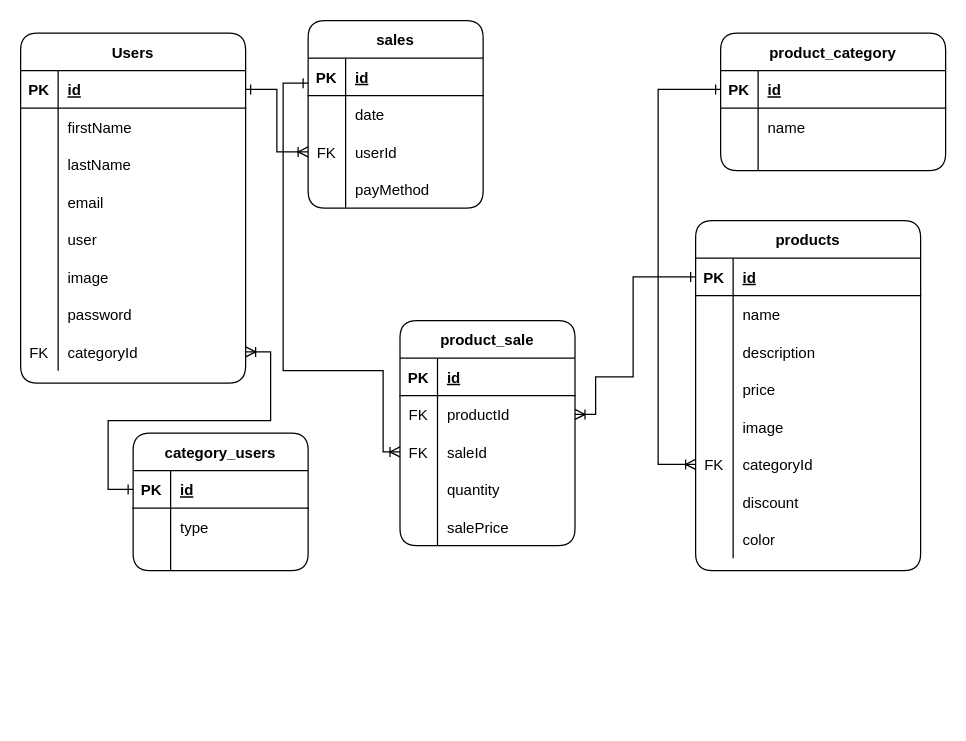
Earlier version of the draw.io diagram diagrama.drawio (0920CDFSNCN27ARED/grupo-03). Source tidied: cells renumbered, new cells numbered last; positions are measured from the earlier drawing's top-left corner, leaving out a move shared by most shapes. Both pictures are drawn from the tidied source at 125%, with x=0, y=0 at pixel (20, 20).
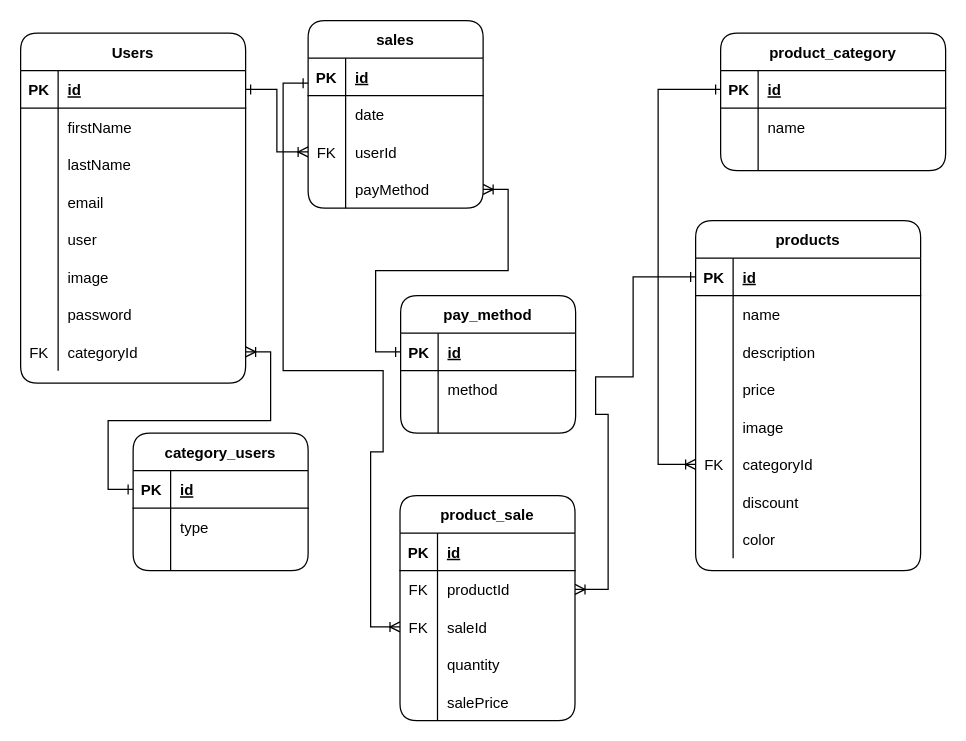
After the change.

Commit message:
sumamos una nueva tabla al diagrama  llamada payMethod

Unchanged cells that the change refers to:
```xml
<mxCell id="38" style="shape=partialRectangle;top=0;left=0;bottom=1;right=0;points=[[0,0.5],[1,0.5]];portConstraint=eastwest;rounded=1;fillColor=none;" parent="37" vertex="1">
  <mxGeometry y="30" width="180" height="30" as="geometry" />
</mxCell>
<mxCell id="72" style="shape=partialRectangle;fillColor=none;top=0;left=0;bottom=0;right=0;points=[[0,0.5],[1,0.5]];portConstraint=eastwest;rounded=1;" parent="62" vertex="1">
  <mxGeometry y="120" width="140" height="30" as="geometry" />
</mxCell>
<mxCell id="79" style="shape=partialRectangle;fillColor=none;top=0;left=0;bottom=0;right=0;points=[[0,0.5],[1,0.5]];portConstraint=eastwest;rounded=1;" parent="75" vertex="1">
  <mxGeometry y="60" width="140" height="30" as="geometry" />
</mxCell>
<mxCell id="82" style="shape=partialRectangle;fillColor=none;top=0;left=0;bottom=0;right=0;points=[[0,0.5],[1,0.5]];portConstraint=eastwest;rounded=1;" parent="75" vertex="1">
  <mxGeometry y="90" width="140" height="30" as="geometry" />
</mxCell>
```

Diff of the diagram source:
```diff
@@
     <mxCell id="75" value="product_sale" style="shape=table;startSize=30;childLayout=tableLayout;rowLines=0;fontStyle=1;align=center;rounded=1;" parent="1" vertex="1">
-      <mxGeometry x="303.5" y="240" width="140" height="180" as="geometry" />
+      <mxGeometry x="303.5" y="380" width="140" height="180" as="geometry" />
     </mxCell>
@@
     <mxCell id="91" style="edgeStyle=orthogonalEdgeStyle;rounded=0;jettySize=auto;html=1;startArrow=ERoneToMany;startFill=0;endArrow=ERone;endFill=0;exitX=1;exitY=0.5;exitDx=0;exitDy=0;entryX=0;entryY=0.5;entryDx=0;entryDy=0;" parent="1" edge="1" source="79" target="38">
       <mxGeometry relative="1" as="geometry">
         <Array as="points">
+          <mxPoint x="470" y="455" />
+          <mxPoint x="470" y="315" />
           <mxPoint x="460" y="315" />
           <mxPoint x="460" y="285" />
           <mxPoint x="490" y="285" />
           <mxPoint x="490" y="205" />
         </Array>
       </mxGeometry>
     </mxCell>
     <mxCell id="92" style="edgeStyle=orthogonalEdgeStyle;rounded=0;jettySize=auto;html=1;startArrow=ERoneToMany;startFill=0;endArrow=ERone;endFill=0;exitX=0;exitY=0.5;exitDx=0;exitDy=0;" parent="1" edge="1" source="82">
       <mxGeometry relative="1" as="geometry">
         <mxPoint x="230" y="50" as="targetPoint" />
         <Array as="points">
+          <mxPoint x="280" y="485" />
+          <mxPoint x="280" y="345" />
           <mxPoint x="290" y="345" />
           <mxPoint x="290" y="280" />
           <mxPoint x="210" y="280" />
           <mxPoint x="210" y="50" />
         </Array>
       </mxGeometry>
     </mxCell>
@@
+    <mxCell id="106" value="pay_method" style="shape=table;startSize=30;childLayout=tableLayout;rowLines=0;fontStyle=1;align=center;rounded=1;" parent="1" vertex="1">
+      <mxGeometry x="304" y="220" width="140" height="110" as="geometry" />
+    </mxCell>
+    <mxCell id="107" style="shape=partialRectangle;fillColor=none;top=0;left=0;bottom=1;right=0;points=[[0,0.5],[1,0.5]];portConstraint=eastwest;rounded=1;" parent="106" vertex="1">
+      <mxGeometry y="30" width="140" height="30" as="geometry" />
+    </mxCell>
+    <mxCell id="108" value="PK" style="shape=partialRectangle;fillColor=none;top=0;left=0;bottom=0;right=0;fontStyle=1;overflow=hidden;rounded=1;" parent="107" vertex="1">
+      <mxGeometry width="30" height="30" as="geometry" />
+    </mxCell>
+    <mxCell id="109" value="id" style="shape=partialRectangle;fillColor=none;top=0;left=0;bottom=0;right=0;align=left;spacingLeft=6;fontStyle=5;overflow=hidden;rounded=1;" parent="107" vertex="1">
+      <mxGeometry x="30" width="110" height="30" as="geometry" />
+    </mxCell>
+    <mxCell id="110" style="shape=partialRectangle;fillColor=none;top=0;left=0;bottom=0;right=0;rounded=1;" parent="106" vertex="1">
+      <mxGeometry y="60" width="140" height="30" as="geometry" />
+    </mxCell>
+    <mxCell id="111" style="shape=partialRectangle;fillColor=none;top=0;left=0;bottom=0;right=0;overflow=hidden;rounded=1;" parent="110" vertex="1">
+      <mxGeometry width="30" height="30" as="geometry" />
+    </mxCell>
+    <mxCell id="112" value="method" style="shape=partialRectangle;fillColor=none;top=0;left=0;bottom=0;right=0;align=left;spacingLeft=6;overflow=hidden;rounded=1;" parent="110" vertex="1">
+      <mxGeometry x="30" width="110" height="30" as="geometry" />
+    </mxCell>
+    <mxCell id="113" style="shape=partialRectangle;fillColor=none;top=0;left=0;bottom=0;right=0;rounded=1;" parent="106" vertex="1">
+      <mxGeometry y="90" width="140" height="20" as="geometry" />
+    </mxCell>
+    <mxCell id="114" style="shape=partialRectangle;fillColor=none;top=0;left=0;bottom=0;right=0;overflow=hidden;rounded=1;" parent="113" vertex="1">
+      <mxGeometry width="30" height="20" as="geometry" />
+    </mxCell>
+    <mxCell id="115" style="shape=partialRectangle;fillColor=none;top=0;left=0;bottom=0;right=0;align=left;spacingLeft=6;overflow=hidden;rounded=1;" parent="113" vertex="1">
+      <mxGeometry x="30" width="110" height="20" as="geometry" />
+    </mxCell>
+    <mxCell id="116" style="edgeStyle=orthogonalEdgeStyle;rounded=0;jettySize=auto;html=1;entryX=1;entryY=0.5;entryDx=0;entryDy=0;startArrow=ERone;startFill=0;endArrow=ERoneToMany;endFill=0;" parent="1" edge="1" source="107" target="72">
+      <mxGeometry relative="1" as="geometry" />
+    </mxCell>
```
